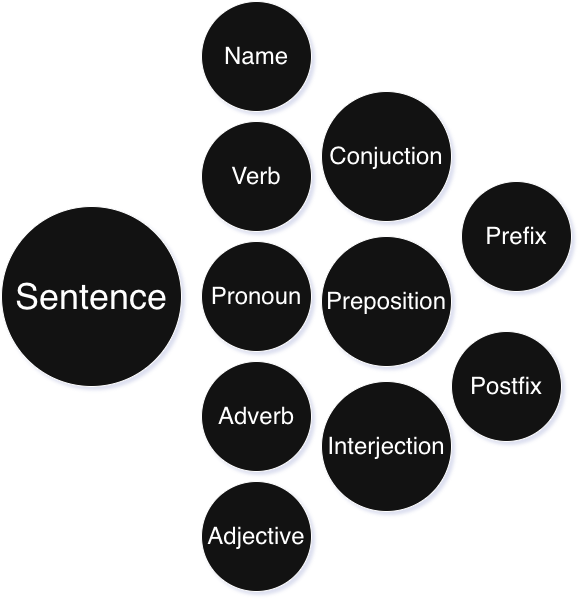
kashanimorteza/english_document keeps this draw.io diagram as design/role.png. Above is the earlier version. Source tidied: cells renumbered, new cells last; positions are measured from the earlier drawing's top-left corner, leaving out a move shared by most shapes.
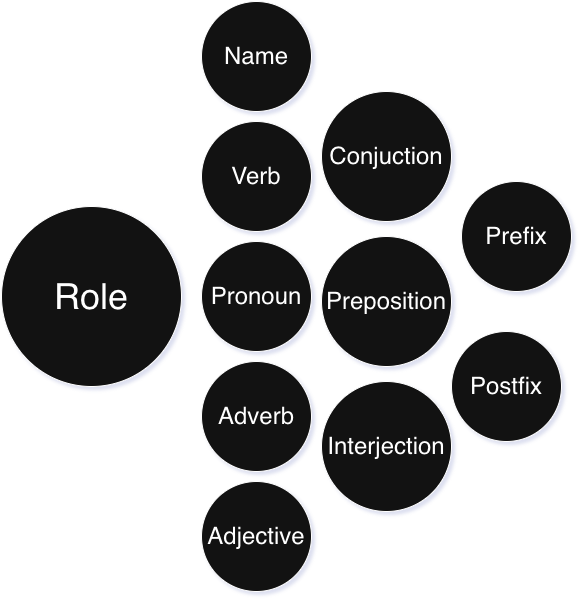
After the commit.

The edit, as a diff of the source:
```diff
@@ -2,7 +2,7 @@
   <root>
     <mxCell id="0" />
     <mxCell id="1" parent="0" />
-    <mxCell id="2" value="&lt;font style=&quot;font-size: 36px;&quot;&gt;Sentence&lt;/font&gt;" style="ellipse;whiteSpace=wrap;html=1;" parent="1" vertex="1">
+    <mxCell id="2" value="&lt;font style=&quot;font-size: 36px;&quot;&gt;Role&lt;/font&gt;" style="ellipse;whiteSpace=wrap;html=1;" parent="1" vertex="1">
       <mxGeometry y="205" width="180" height="180" as="geometry" />
     </mxCell>
     <mxCell id="3" value="Adjective" style="ellipse;whiteSpace=wrap;html=1;fontSize=24;" parent="1" vertex="1">
```
